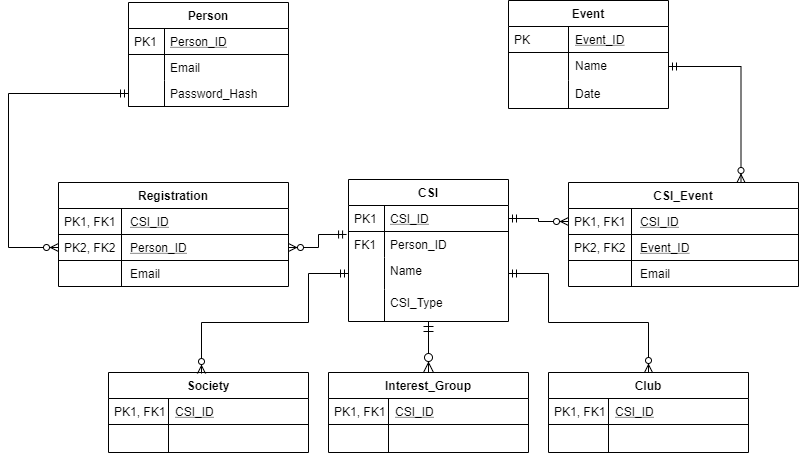
The draw.io diagram Untitled Diagram.png in Makizoro/Overclock, before a commit. Source tidied: cells renumbered, new cells last; positions are measured from the earlier drawing's top-left corner, leaving out a move shared by most shapes.
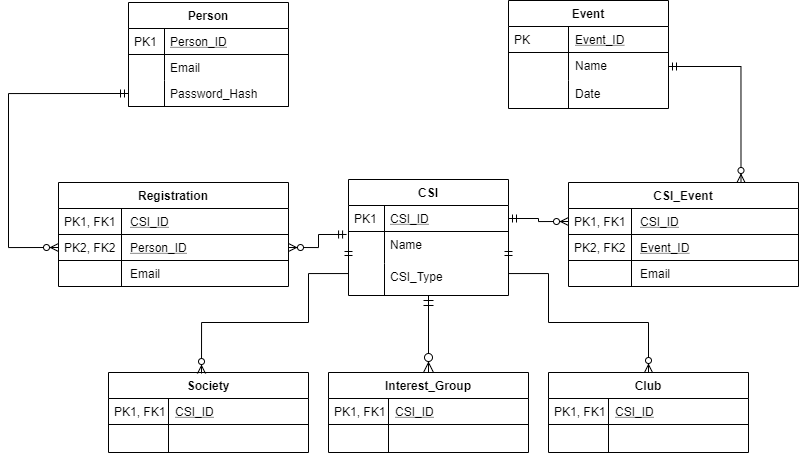
Above is the later version.

Commit message:
possible_ERD_fix ver3

The edit, as a diff of the source:
```diff
@@ -24,7 +24,7 @@
       <mxGeometry width="36" height="26" as="geometry" />
     </mxCell>
     <mxCell id="9" value="CSI" style="swimlane;fontStyle=1;horizontal=1;startSize=26;rounded=0;shadow=0;strokeWidth=1;" parent="1" vertex="1">
-      <mxGeometry x="340" y="179" width="160" height="142" as="geometry" />
+      <mxGeometry x="340" y="179" width="160" height="116" as="geometry" />
     </mxCell>
     <mxCell id="10" value="CSI_ID" style="shape=partialRectangle;top=0;left=0;right=0;bottom=1;align=left;verticalAlign=top;fillColor=none;spacingLeft=40;spacingRight=4;overflow=hidden;points=[[0,0.5],[1,0.5]];portConstraint=eastwest;rounded=0;shadow=0;strokeWidth=1;fontStyle=4;" parent="9" vertex="1">
       <mxGeometry y="26" width="160" height="26" as="geometry" />
@@ -32,20 +32,14 @@
     <mxCell id="11" value="PK1" style="shape=partialRectangle;top=0;left=0;bottom=0;fillColor=none;align=left;verticalAlign=top;spacingLeft=4;spacingRight=4;overflow=hidden;" parent="10" vertex="1">
       <mxGeometry width="36" height="26" as="geometry" />
     </mxCell>
-    <mxCell id="12" value="Person_ID" style="shape=partialRectangle;top=0;left=0;right=0;bottom=0;align=left;verticalAlign=top;fillColor=none;spacingLeft=40;spacingRight=4;overflow=hidden;rounded=0;shadow=0;strokeWidth=1;" parent="9" vertex="1">
-      <mxGeometry y="52" width="160" height="26" as="geometry" />
-    </mxCell>
-    <mxCell id="13" value="FK1" style="shape=partialRectangle;top=0;left=0;bottom=0;fillColor=none;align=left;verticalAlign=top;spacingLeft=4;spacingRight=4;overflow=hidden;" parent="12" vertex="1">
-      <mxGeometry width="36" height="26" as="geometry" />
-    </mxCell>
     <mxCell id="14" value="Name" style="shape=partialRectangle;top=0;left=0;right=0;bottom=0;align=left;verticalAlign=top;fillColor=none;spacingLeft=40;spacingRight=4;overflow=hidden;points=[[0,0.5],[1,0.5]];portConstraint=eastwest;rounded=0;shadow=0;strokeWidth=1;" parent="9" vertex="1">
-      <mxGeometry y="78" width="160" height="32" as="geometry" />
+      <mxGeometry y="52" width="160" height="32" as="geometry" />
     </mxCell>
     <mxCell id="15" style="shape=partialRectangle;top=0;left=0;bottom=0;fillColor=none;align=left;verticalAlign=top;spacingLeft=4;spacingRight=4;overflow=hidden;" parent="14" vertex="1">
       <mxGeometry width="36" height="32" as="geometry" />
     </mxCell>
     <mxCell id="16" value="CSI_Type" style="shape=partialRectangle;top=0;left=0;right=0;bottom=0;align=left;verticalAlign=top;fillColor=none;spacingLeft=40;spacingRight=4;overflow=hidden;rounded=0;shadow=0;strokeWidth=1;" parent="9" vertex="1">
-      <mxGeometry y="110" width="160" height="32" as="geometry" />
+      <mxGeometry y="84" width="160" height="32" as="geometry" />
     </mxCell>
     <mxCell id="17" style="shape=partialRectangle;top=0;left=0;bottom=0;fillColor=none;align=left;verticalAlign=top;spacingLeft=4;spacingRight=4;overflow=hidden;" parent="16" vertex="1">
       <mxGeometry width="36" height="32" as="geometry" />
```
